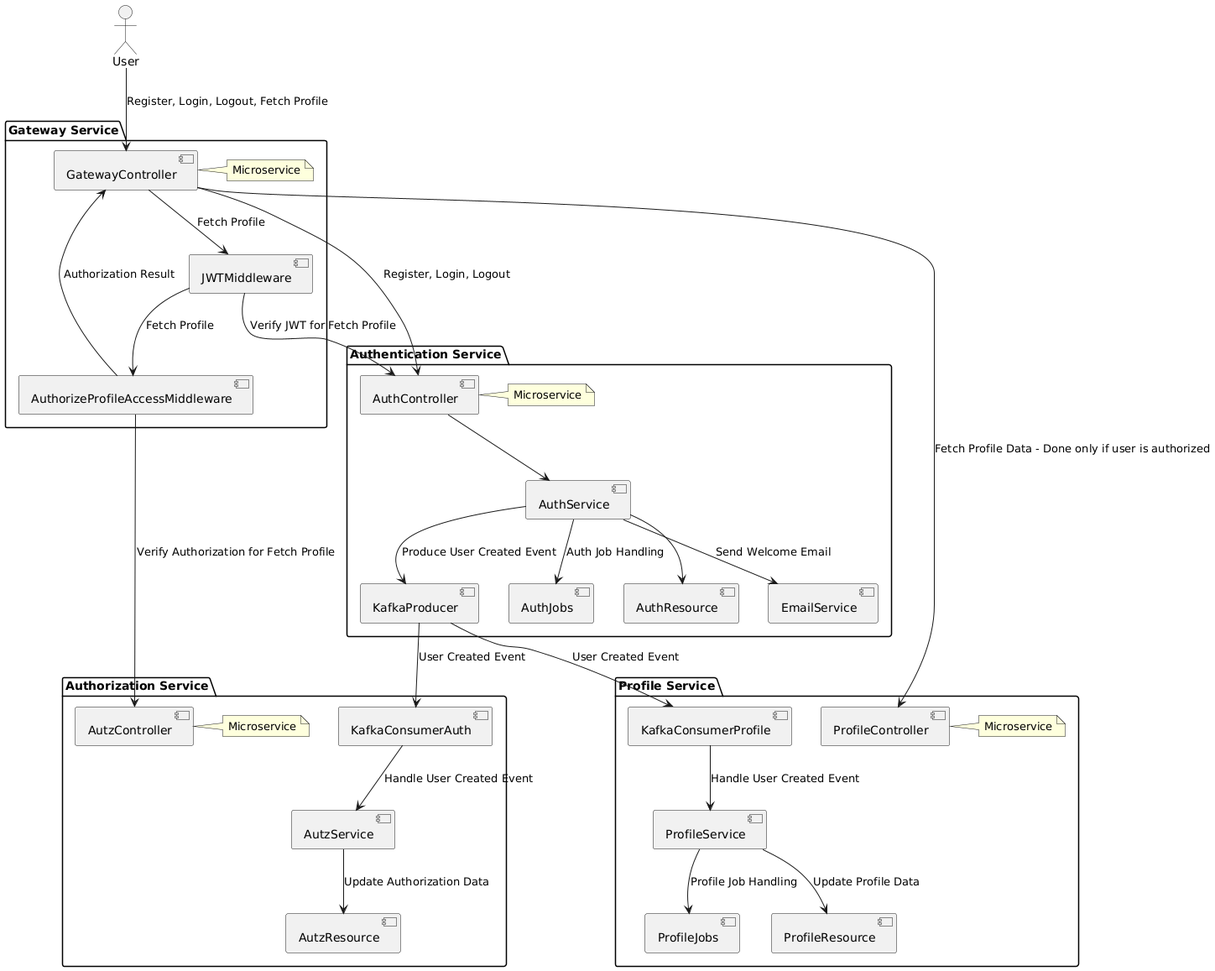
This is documentation/PlantUML/Images/global-package-diagram.png from miloskec/gateway, a PlantUML export, as it was before one commit.
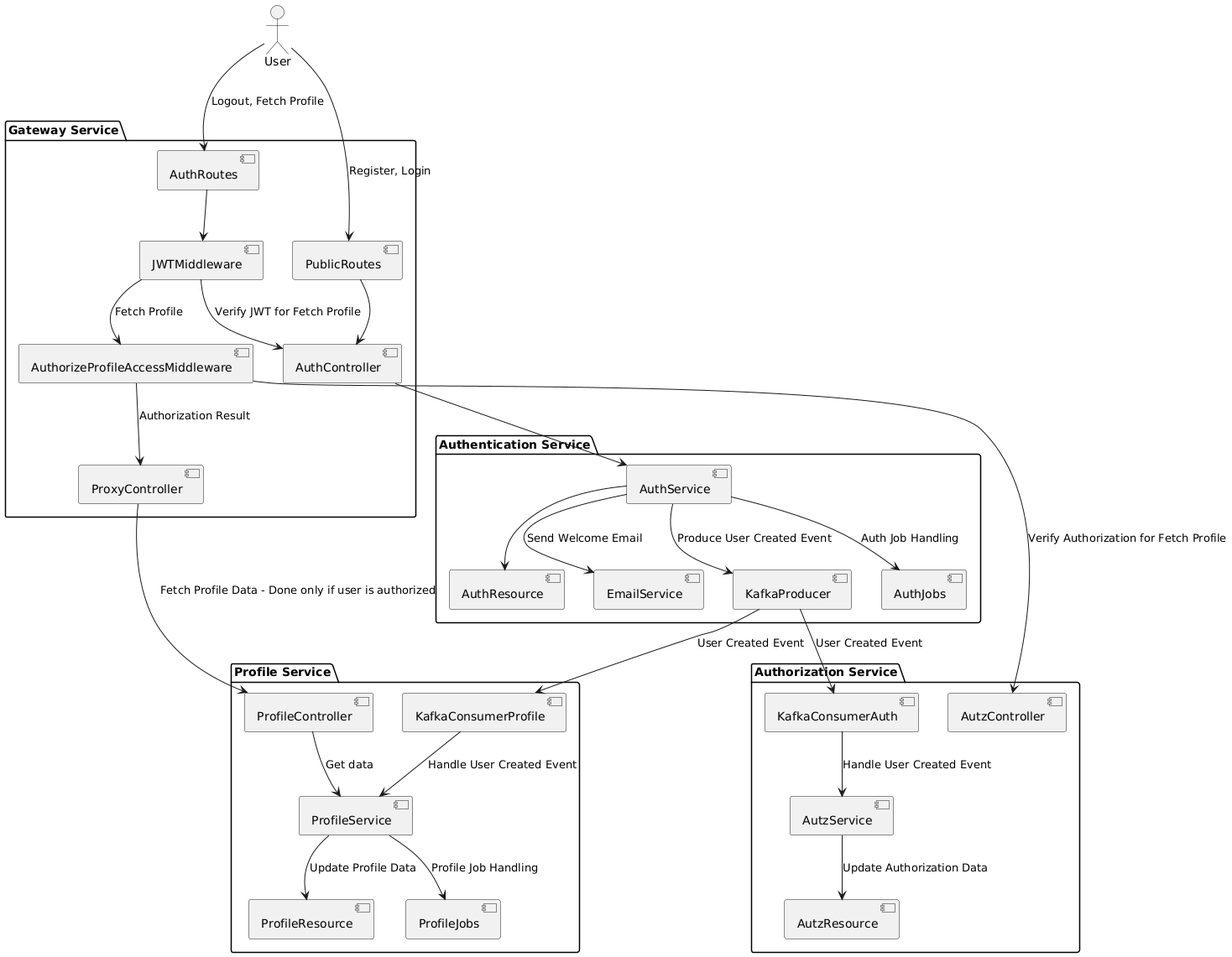
The same file after the commit.

What changed in the source:
```diff
@@ -4,12 +4,12 @@
 actor User
 
 package "Gateway Service" {
-  component GatewayController
   component JWTMiddleware
   component AuthorizeProfileAccessMiddleware
-  note right of GatewayController
-    Microservice
-  end note
+  component ProxyController
+  component AuthController
+  component AuthRoutes
+  component PublicRoutes
 }
 
 package "Authentication Service" {
@@ -19,9 +19,6 @@
   component EmailService
   component KafkaProducer
   component AuthJobs
-  note right of AuthController
-    Microservice
-  end note
 }
 
 package "Authorization Service" {
@@ -29,9 +26,6 @@
   component AutzService
   component AutzResource
   component KafkaConsumerAuth
-  note right of AutzController
-    Microservice
-  end note
 }
 
 package "Profile Service" {
@@ -40,22 +34,22 @@
   component ProfileResource
   component KafkaConsumerProfile
   component ProfileJobs
-  note right of ProfileController
-    Microservice
-  end note
 }
 
-User --> GatewayController : Register, Login, Logout, Fetch Profile
+User --> PublicRoutes: Register, Login
+PublicRoutes --> AuthController
 
-GatewayController --> JWTMiddleware : Fetch Profile
+User --> AuthRoutes: Logout, Fetch Profile
+AuthRoutes --> JWTMiddleware
+
 JWTMiddleware --> AuthController : Verify JWT for Fetch Profile
 JWTMiddleware --> AuthorizeProfileAccessMiddleware : Fetch Profile
 
 AuthorizeProfileAccessMiddleware --> AutzController : Verify Authorization for Fetch Profile
-AuthorizeProfileAccessMiddleware --> GatewayController : Authorization Result
+AuthorizeProfileAccessMiddleware --> ProxyController : Authorization Result
 
-GatewayController --> AuthController : Register, Login, Logout
-GatewayController --> ProfileController : Fetch Profile Data - Done only if user is authorized
+ProxyController --> ProfileController : Fetch Profile Data - Done only if user is authorized
+ProfileController --> ProfileService : Get data
 
 AuthController --> AuthService
 AuthService --> AuthResource
```
